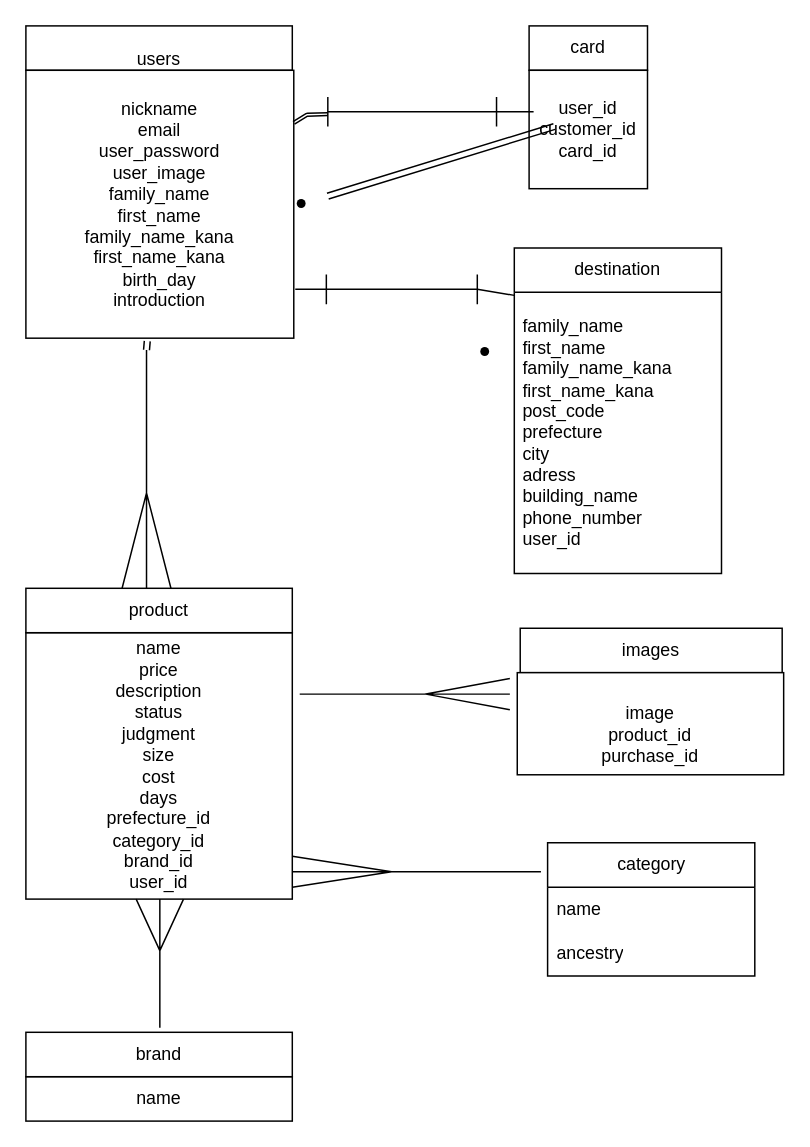
Before: test.drawio in funaaya/furima-39987, a draw.io diagram. Source tidied: cells renumbered, new cells numbered last; positions are measured from the earlier drawing's top-left corner, leaving out a move shared by most shapes. Both pictures are drawn from the tidied source at 148%, with x=0, y=0 at pixel (25, 25).
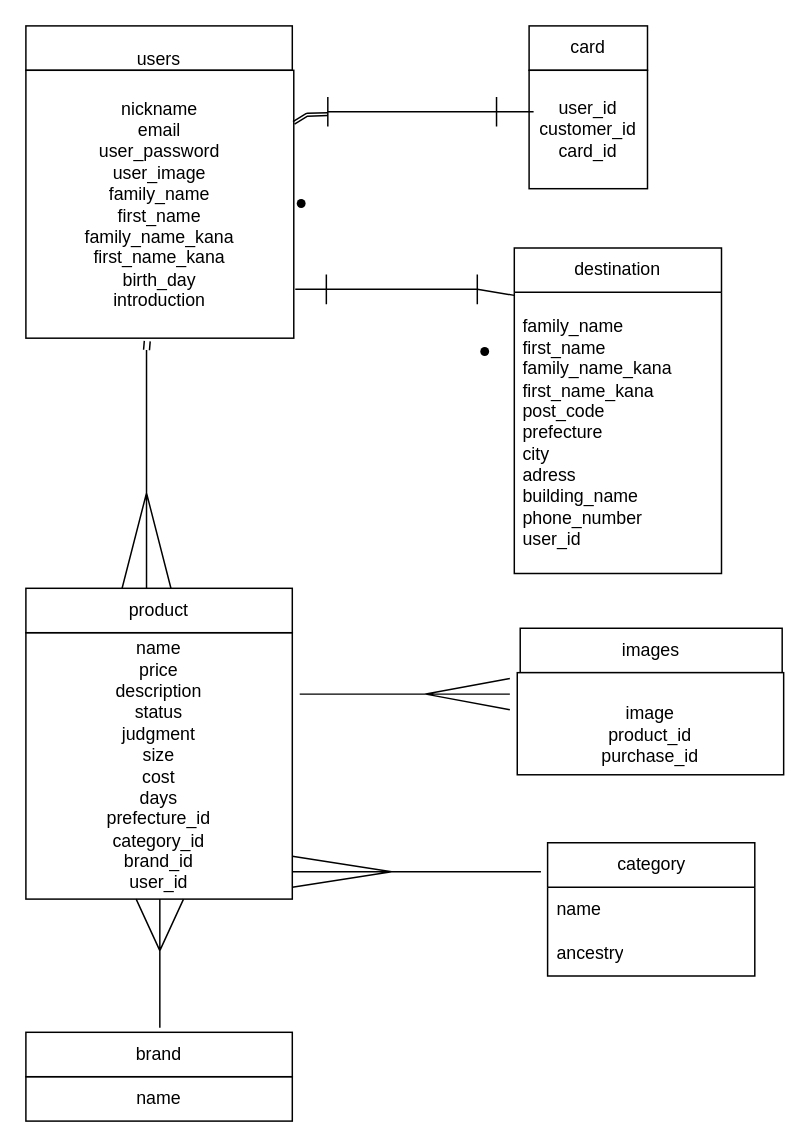
The same page after the edit.

Diff of the diagram source:
```diff
@@
-    <mxCell id="30" style="endArrow=classic;html=1;fontSize=3;shape=link;" parent="1" edge="1">
-      <mxGeometry relative="1" as="geometry">
-        <mxPoint x="204" y="115" as="sourcePoint" />
-        <mxPoint x="357" y="68" as="targetPoint" />
-      </mxGeometry>
-    </mxCell>
```
